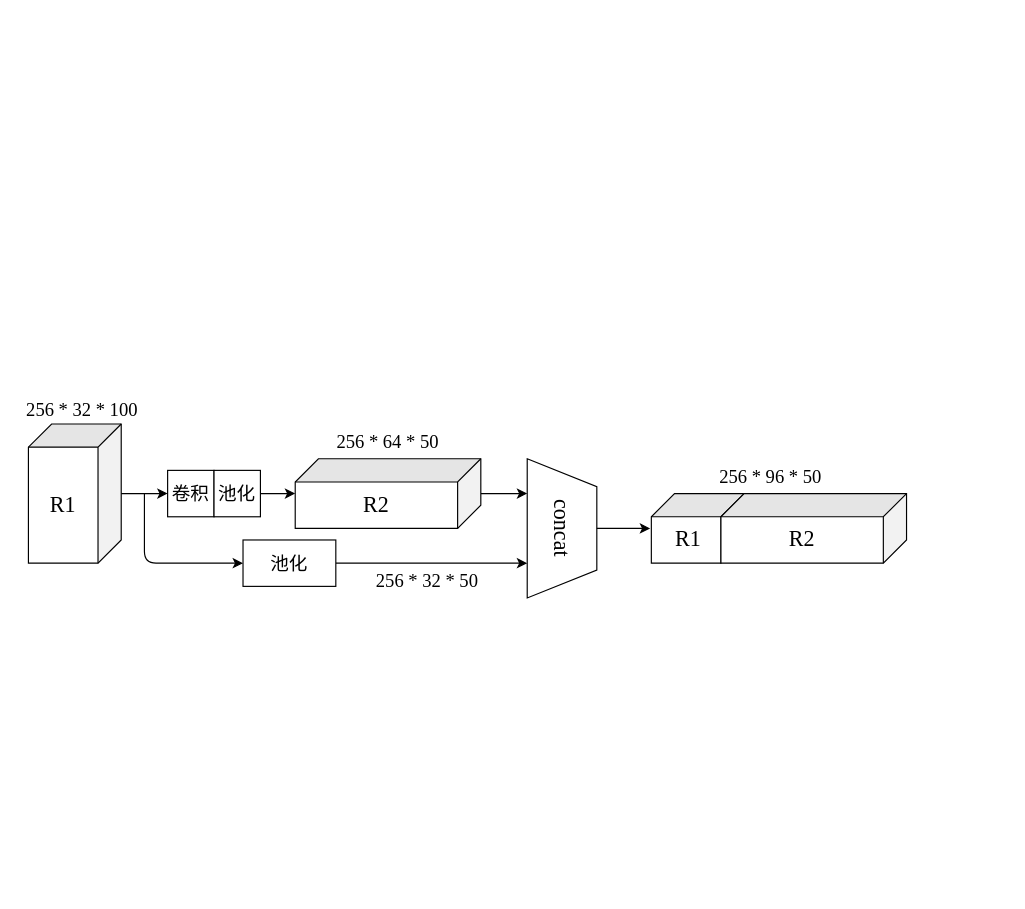
Earlier version of the draw.io diagram 多尺度特征融合.drawio (ByronGe/ff). Source tidied: cells renumbered, new cells numbered last; positions are measured from the earlier drawing's top-left corner, leaving out a move shared by most shapes. Both pictures are drawn from the tidied source at 116%, with x=0, y=0 at pixel (5, 398).
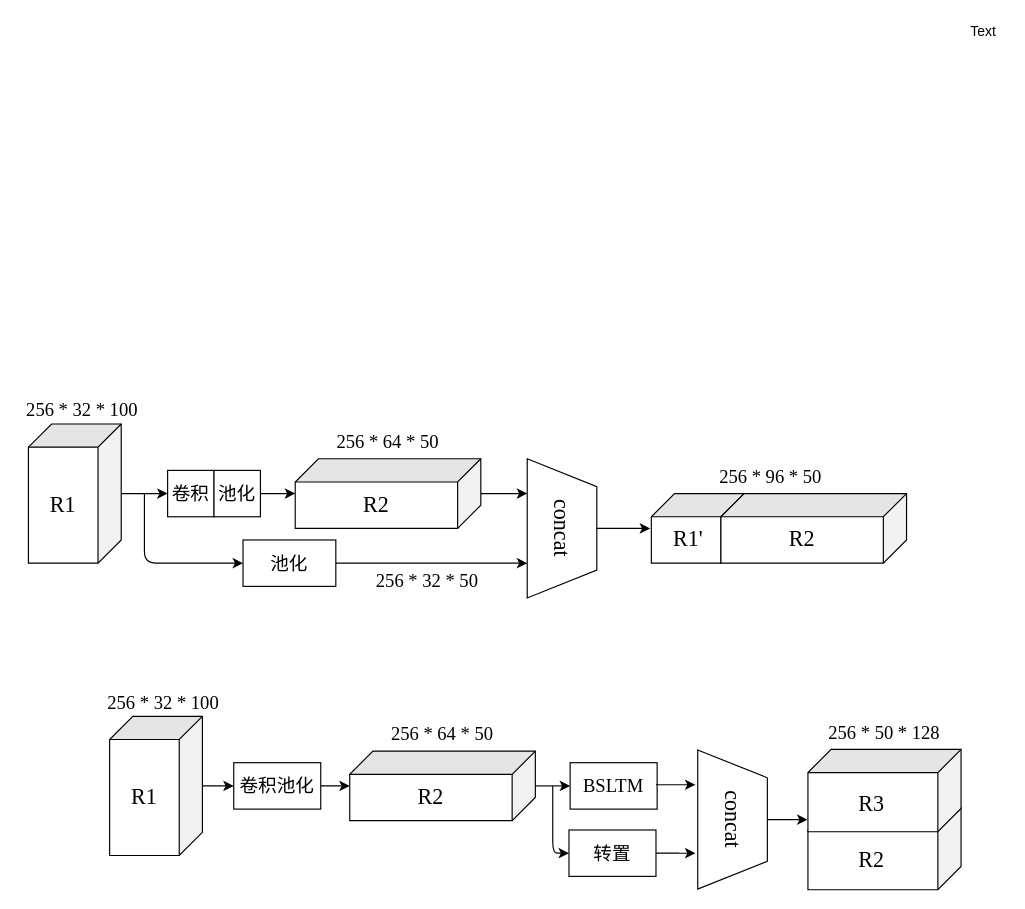
Above is the later version.

Commit message:
Update 多尺度特征融合.drawio

What changed in the source:
```diff
@@
-    <mxCell id="22" value="&lt;font style=&quot;font-size: 19px&quot;&gt;R1&lt;/font&gt;" style="text;html=1;strokeColor=none;fillColor=none;align=center;verticalAlign=middle;whiteSpace=wrap;rounded=0;fontFamily=Times New Roman;" parent="1" vertex="1">
+    <mxCell id="22" value="&lt;font style=&quot;font-size: 19px&quot;&gt;R1'&lt;/font&gt;" style="text;html=1;strokeColor=none;fillColor=none;align=center;verticalAlign=middle;whiteSpace=wrap;rounded=0;fontFamily=Times New Roman;" parent="1" vertex="1">
       <mxGeometry x="569" y="112" width="40" height="20" as="geometry" />
     </mxCell>
@@
+    <mxCell id="24" style="edgeStyle=orthogonalEdgeStyle;rounded=0;jettySize=auto;html=1;" parent="1" edge="1" source="31" target="26">
+      <mxGeometry relative="1" as="geometry" />
+    </mxCell>
+    <mxCell id="25" style="shape=cube;whiteSpace=wrap;html=1;boundedLbl=1;backgroundOutline=1;darkOpacity=0.05;darkOpacity2=0.1;rotation=90;fontFamily=Times New Roman;" parent="1" vertex="1">
+      <mxGeometry x="70" y="294" width="120" height="80" as="geometry" />
+    </mxCell>
+    <mxCell id="26" style="shape=cube;whiteSpace=wrap;html=1;boundedLbl=1;backgroundOutline=1;darkOpacity=0.05;darkOpacity2=0.1;rotation=90;fontFamily=Times New Roman;" parent="1" vertex="1">
+      <mxGeometry x="347" y="254" width="60" height="160" as="geometry" />
+    </mxCell>
+    <mxCell id="27" value="&lt;font style=&quot;vertical-align: inherit ; font-size: 16px&quot;&gt;&lt;font style=&quot;vertical-align: inherit ; font-size: 16px&quot;&gt;256 * 32 * 100&lt;/font&gt;&lt;/font&gt;" style="text;html=1;strokeColor=none;fillColor=none;align=center;verticalAlign=middle;whiteSpace=wrap;rounded=0;fontFamily=Times New Roman;fontSize=16;" parent="1" vertex="1">
+      <mxGeometry x="83" y="252" width="107" height="20" as="geometry" />
+    </mxCell>
+    <mxCell id="28" value="&lt;font style=&quot;vertical-align: inherit ; font-size: 16px&quot;&gt;&lt;font style=&quot;vertical-align: inherit ; font-size: 16px&quot;&gt;&lt;font style=&quot;vertical-align: inherit ; font-size: 16px&quot;&gt;&lt;font style=&quot;vertical-align: inherit ; font-size: 16px&quot;&gt;256 * 64 * 50&lt;/font&gt;&lt;/font&gt;&lt;/font&gt;&lt;/font&gt;" style="text;html=1;strokeColor=none;fillColor=none;align=center;verticalAlign=middle;whiteSpace=wrap;rounded=0;fontFamily=Times New Roman;fontSize=16;" parent="1" vertex="1">
+      <mxGeometry x="322" y="279" width="110" height="20" as="geometry" />
+    </mxCell>
+    <mxCell id="29" value="&lt;font style=&quot;font-size: 19px&quot;&gt;R1&lt;/font&gt;" style="text;html=1;strokeColor=none;fillColor=none;align=center;verticalAlign=middle;whiteSpace=wrap;rounded=0;fontFamily=Times New Roman;" parent="1" vertex="1">
+      <mxGeometry x="100" y="334" width="40" height="20" as="geometry" />
+    </mxCell>
+    <mxCell id="30" value="R2" style="text;html=1;strokeColor=none;fillColor=none;align=center;verticalAlign=middle;whiteSpace=wrap;rounded=0;fontFamily=Times New Roman;fontSize=19;" parent="1" vertex="1">
+      <mxGeometry x="347" y="334" width="40" height="20" as="geometry" />
+    </mxCell>
+    <mxCell id="31" value="卷积池化" style="rounded=0;whiteSpace=wrap;html=1;fontFamily=Times New Roman;fontSize=16;" parent="1" vertex="1">
+      <mxGeometry x="197" y="314" width="75" height="40" as="geometry" />
+    </mxCell>
+    <mxCell id="32" style="edgeStyle=orthogonalEdgeStyle;rounded=0;jettySize=auto;html=1;" parent="1" edge="1" source="25" target="31">
+      <mxGeometry relative="1" as="geometry" />
+    </mxCell>
+    <mxCell id="33" value="BSLTM" style="rounded=0;whiteSpace=wrap;html=1;fontFamily=Times New Roman;fontSize=16;" parent="1" vertex="1">
+      <mxGeometry x="487" y="314" width="75" height="40" as="geometry" />
+    </mxCell>
+    <mxCell id="34" value="Text" style="text;html=1;align=center;verticalAlign=middle;" parent="1" vertex="1">
+      <mxGeometry x="823" y="-326" width="40" height="20" as="geometry" />
+    </mxCell>
+    <mxCell id="35" style="endArrow=classic;html=1;entryX=0;entryY=0.5;entryDx=0;entryDy=0;" parent="1" edge="1" source="26" target="33">
+      <mxGeometry relative="1" as="geometry" />
+    </mxCell>
+    <mxCell id="36" style="edgeStyle=orthogonalEdgeStyle;rounded=0;jettySize=auto;html=1;entryX=0.742;entryY=1.033;entryDx=0;entryDy=0;entryPerimeter=0;" parent="1" edge="1" source="37" target="45">
+      <mxGeometry relative="1" as="geometry" />
+    </mxCell>
+    <mxCell id="37" value="转置" style="rounded=0;whiteSpace=wrap;html=1;fontFamily=Times New Roman;fontSize=16;" parent="1" vertex="1">
+      <mxGeometry x="486" y="372" width="75" height="40" as="geometry" />
+    </mxCell>
+    <mxCell id="38" style="endArrow=classic;html=1;entryX=0;entryY=0.5;entryDx=0;entryDy=0;" parent="1" edge="1" target="37">
+      <mxGeometry relative="1" as="geometry">
+        <mxPoint x="472" y="334" as="sourcePoint" />
+        <Array as="points">
+          <mxPoint x="472" y="392" />
+        </Array>
+      </mxGeometry>
+    </mxCell>
+    <mxCell id="39" value="&lt;font style=&quot;vertical-align: inherit ; font-size: 16px&quot;&gt;&lt;font style=&quot;vertical-align: inherit ; font-size: 16px&quot;&gt;&lt;font style=&quot;vertical-align: inherit ; font-size: 16px&quot;&gt;&lt;font style=&quot;vertical-align: inherit ; font-size: 16px&quot;&gt;256 * 50 * 128&lt;/font&gt;&lt;/font&gt;&lt;/font&gt;&lt;/font&gt;" style="text;html=1;strokeColor=none;fillColor=none;align=center;verticalAlign=middle;whiteSpace=wrap;rounded=0;fontFamily=Times New Roman;fontSize=16;" parent="1" vertex="1">
+      <mxGeometry x="703" y="278" width="110" height="20" as="geometry" />
+    </mxCell>
+    <mxCell id="40" style="shape=cube;whiteSpace=wrap;html=1;boundedLbl=1;backgroundOutline=1;darkOpacity=0.05;darkOpacity2=0.1;rotation=90;fontFamily=Times New Roman;" parent="1" vertex="1">
+      <mxGeometry x="722.5" y="322" width="71" height="132" as="geometry" />
+    </mxCell>
+    <mxCell id="41" style="shape=cube;whiteSpace=wrap;html=1;boundedLbl=1;backgroundOutline=1;darkOpacity=0.05;darkOpacity2=0.1;rotation=90;fontFamily=Times New Roman;" parent="1" vertex="1">
+      <mxGeometry x="722.5" y="272" width="71" height="132" as="geometry" />
+    </mxCell>
+    <mxCell id="42" value="R2" style="text;html=1;strokeColor=none;fillColor=none;align=center;verticalAlign=middle;whiteSpace=wrap;rounded=0;fontFamily=Times New Roman;fontSize=19;" parent="1" vertex="1">
+      <mxGeometry x="726.5" y="388" width="40" height="20" as="geometry" />
+    </mxCell>
+    <mxCell id="43" value="R3" style="text;html=1;strokeColor=none;fillColor=none;align=center;verticalAlign=middle;whiteSpace=wrap;rounded=0;fontFamily=Times New Roman;fontSize=19;" parent="1" vertex="1">
+      <mxGeometry x="726.5" y="340" width="40" height="20" as="geometry" />
+    </mxCell>
+    <mxCell id="44" style="edgeStyle=orthogonalEdgeStyle;rounded=0;jettySize=auto;html=1;entryX=0.854;entryY=1.003;entryDx=0;entryDy=0;entryPerimeter=0;" parent="1" edge="1" source="45" target="41">
+      <mxGeometry relative="1" as="geometry">
+        <Array as="points">
+          <mxPoint x="677" y="363" />
+        </Array>
+      </mxGeometry>
+    </mxCell>
+    <mxCell id="45" value="&lt;font style=&quot;font-size: 19px&quot;&gt;concat&lt;/font&gt;" style="shape=trapezoid;perimeter=trapezoidPerimeter;whiteSpace=wrap;html=1;rotation=90;fontFamily=Times New Roman;fontSize=16;" parent="1" vertex="1">
+      <mxGeometry x="567" y="333" width="120" height="60" as="geometry" />
+    </mxCell>
+    <mxCell id="46" style="edgeStyle=orthogonalEdgeStyle;rounded=0;orthogonalLoop=1;jettySize=auto;html=1;entryX=0.742;entryY=1.033;entryDx=0;entryDy=0;entryPerimeter=0;" parent="1" edge="1">
+      <mxGeometry relative="1" as="geometry">
+        <mxPoint x="561" y="333" as="sourcePoint" />
+        <mxPoint x="595" y="333" as="targetPoint" />
+      </mxGeometry>
+    </mxCell>
```
